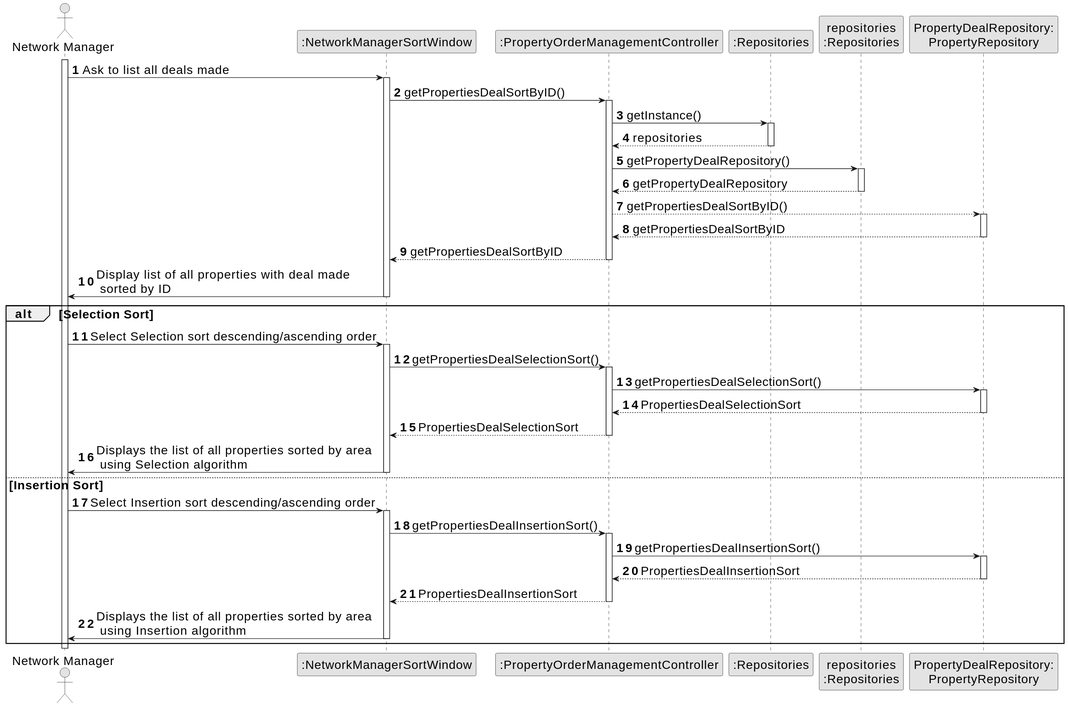
Above: docs/sprintD/us017/03.design/svg/us017-sequence-diagram-full.svg in Goncalves2525/real-estate-management-system (PlantUML), before the change.
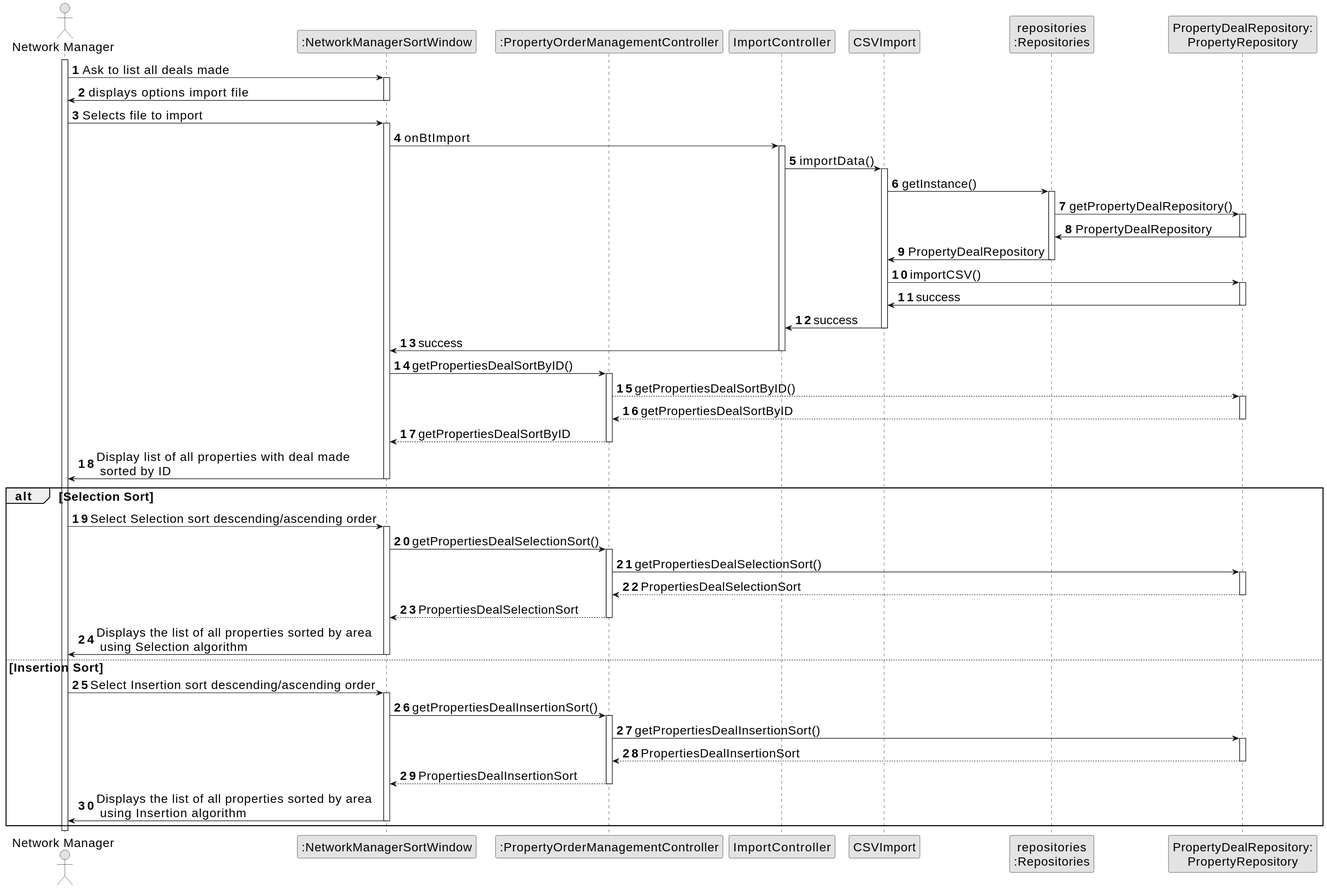
Later version of the same file.

Diff of the diagram source:
```diff
@@ -9,30 +9,59 @@
 actor "Network Manager" as NM
 participant ":NetworkManagerSortWindow" as UI
 participant ":PropertyOrderManagementController" as CTRL
-participant ":Repositories" as RepositorySingleton
+participant "ImportController" as ImportController
+participant "CSVImport" as CSVImport
 participant "repositories\n:Repositories" as PLAT
 participant "PropertyDealRepository:\nPropertyRepository" as PropertyRepository
-
 
 activate NM
 
 NM -> UI : Ask to list all deals made
 activate UI
 
+UI -> NM : displays options import file
+deactivate UI
+
+
+
+    NM -> UI : Selects file to import
+    activate UI
+
+    UI -> ImportController : onBtImport
+    activate ImportController
+
+    ImportController -> CSVImport : importData()
+    activate CSVImport
+
+    CSVImport -> PLAT : getInstance()
+    activate PLAT
+
+    PLAT -> PropertyRepository: getPropertyDealRepository()
+    activate PropertyRepository
+
+    PropertyRepository -> PLAT : PropertyDealRepository
+    deactivate PropertyRepository
+
+    PLAT -> CSVImport : PropertyDealRepository
+    deactivate PLAT
+
+    CSVImport ->  PropertyRepository: importCSV()
+    activate PropertyRepository
+
+    PropertyRepository -> CSVImport: success
+    deactivate PropertyRepository
+
+    CSVImport -> ImportController : success
+    deactivate CSVImport
+
+    ImportController -> UI : success
+    deactivate ImportController
+
+
+
 UI -> CTRL : getPropertiesDealSortByID()
 activate CTRL
 
-CTRL -> RepositorySingleton : getInstance()
-activate RepositorySingleton
-
-RepositorySingleton --> CTRL: repositories
-deactivate RepositorySingleton
-
- CTRL -> PLAT : getPropertyDealRepository()
-activate PLAT
-
-PLAT --> CTRL: getPropertyDealRepository
-deactivate PLAT
 
 CTRL --> PropertyRepository : getPropertiesDealSortByID()
 activate PropertyRepository
```
